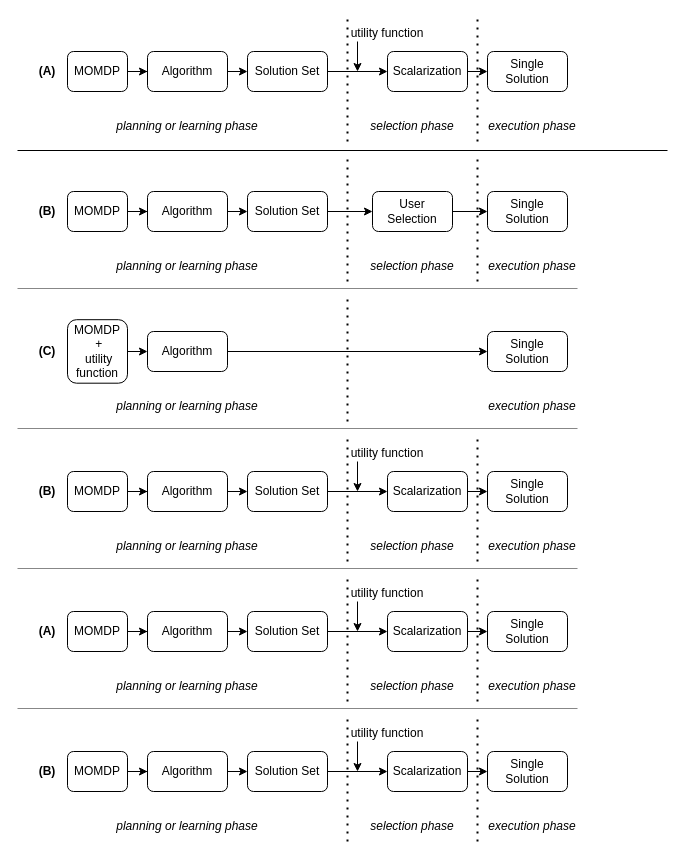
Earlier version of the draw.io diagram Untitled Diagram.drawio (AReynolds6/Vending-Machine-for-CSCE-086). Source tidied: cells renumbered, new cells numbered last; positions are measured from the earlier drawing's top-left corner, leaving out a move shared by most shapes. Both pictures are drawn from the tidied source at 100%, with x=0, y=0 at pixel (17, 18).
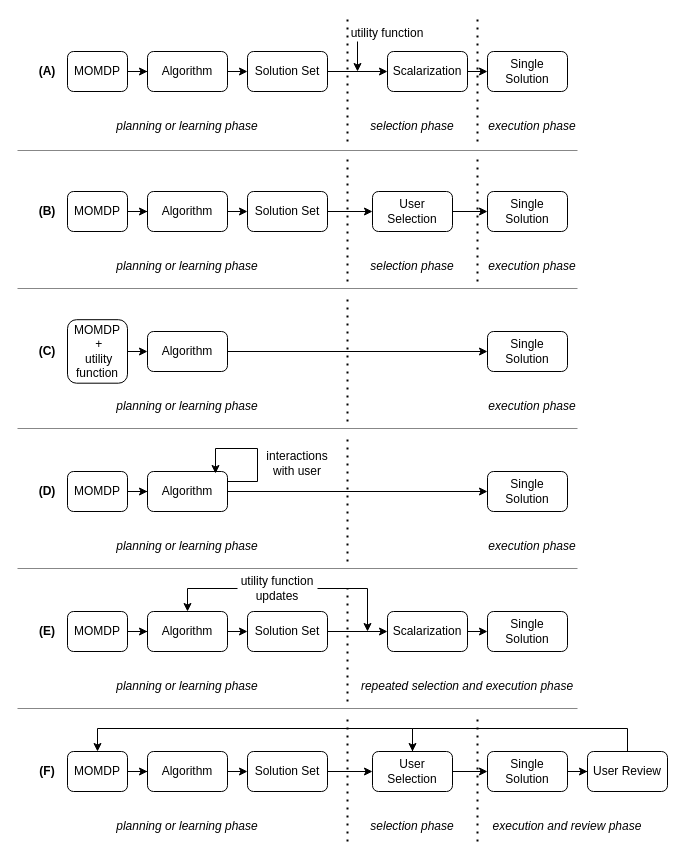
The same diagram, later.

The change refers to these unchanged cells:
```xml
<mxCell id="46" value="Algorithm" style="rounded=1;whiteSpace=wrap;html=1;fontSize=12;glass=0;strokeWidth=1;shadow=0;" parent="1" vertex="1">
  <mxGeometry x="130" y="453" width="80" height="40" as="geometry" />
</mxCell>
<mxCell id="50" value="Single Solution" style="rounded=1;whiteSpace=wrap;html=1;fontSize=12;glass=0;strokeWidth=1;shadow=0;" parent="1" vertex="1">
  <mxGeometry x="470" y="453" width="80" height="40" as="geometry" />
</mxCell>
<mxCell id="63" value="Algorithm" style="rounded=1;whiteSpace=wrap;html=1;fontSize=12;glass=0;strokeWidth=1;shadow=0;" parent="1" vertex="1">
  <mxGeometry x="130" y="593" width="80" height="40" as="geometry" />
</mxCell>
<mxCell id="78" value="MOMDP" style="rounded=1;whiteSpace=wrap;html=1;fontSize=12;glass=0;strokeWidth=1;shadow=0;" parent="1" vertex="1">
  <mxGeometry x="50" y="733" width="60" height="40" as="geometry" />
</mxCell>
<mxCell id="84" value="Single Solution" style="rounded=1;whiteSpace=wrap;html=1;fontSize=12;glass=0;strokeWidth=1;shadow=0;" parent="1" vertex="1">
  <mxGeometry x="470" y="733" width="80" height="40" as="geometry" />
</mxCell>
```

What changed in the source:
```diff
@@
-    <mxCell id="45" style="rounded=0;html=1;jettySize=auto;fontSize=11;endArrow=classic;endFill=1;endSize=6;strokeWidth=1;shadow=0;labelBackgroundColor=none;edgeStyle=orthogonalEdgeStyle;exitX=1;exitY=0.5;exitDx=0;exitDy=0;entryX=0;entryY=0.5;entryDx=0;entryDy=0;" parent="1" edge="1" source="46" target="52">
-      <mxGeometry y="20" relative="1" as="geometry" />
-    </mxCell>
@@
-    <mxCell id="47" style="endArrow=none;dashed=1;html=1;dashPattern=1 3;strokeWidth=2;rounded=0;entryX=0;entryY=0;entryDx=0;entryDy=0;" parent="1" edge="1" target="54">
+    <mxCell id="47" style="endArrow=none;dashed=1;html=1;dashPattern=1 3;strokeWidth=2;rounded=0;entryX=0;entryY=0;entryDx=0;entryDy=0;" parent="1" edge="1">
       <mxGeometry relative="1" as="geometry">
         <mxPoint x="330" y="543" as="sourcePoint" />
+        <mxPoint x="330" y="420" as="targetPoint" />
       </mxGeometry>
     </mxCell>
-    <mxCell id="48" value="Scalarization" style="rounded=1;whiteSpace=wrap;html=1;fontSize=12;glass=0;strokeWidth=1;shadow=0;" parent="1" vertex="1">
-      <mxGeometry x="370" y="453" width="80" height="40" as="geometry" />
-    </mxCell>
-    <mxCell id="49" style="edgeStyle=orthogonalEdgeStyle;rounded=0;jettySize=auto;html=1;exitX=1;exitY=0.5;exitDx=0;exitDy=0;entryX=0;entryY=0.5;entryDx=0;entryDy=0;" parent="1" edge="1" source="48" target="50">
+    <mxCell id="49" style="edgeStyle=orthogonalEdgeStyle;rounded=0;jettySize=auto;html=1;entryX=0;entryY=0.5;entryDx=0;entryDy=0;exitX=1;exitY=0.5;exitDx=0;exitDy=0;" parent="1" edge="1" source="46" target="50">
       <mxGeometry relative="1" as="geometry" />
     </mxCell>
@@
-    <mxCell id="51" style="edgeStyle=orthogonalEdgeStyle;rounded=0;jettySize=auto;html=1;" parent="1" edge="1" source="52" target="48">
-      <mxGeometry relative="1" as="geometry" />
-    </mxCell>
-    <mxCell id="52" value="Solution Set" style="rounded=1;whiteSpace=wrap;html=1;fontSize=12;glass=0;strokeWidth=1;shadow=0;" parent="1" vertex="1">
-      <mxGeometry x="230" y="453" width="80" height="40" as="geometry" />
-    </mxCell>
-    <mxCell id="53" style="endArrow=classic;html=1;rounded=0;" parent="1" edge="1">
-      <mxGeometry relative="1" as="geometry">
-        <mxPoint x="340" y="443" as="sourcePoint" />
-        <mxPoint x="340" y="473" as="targetPoint" />
-      </mxGeometry>
-    </mxCell>
-    <mxCell id="54" value="utility function" style="text;html=1;align=center;verticalAlign=middle;whiteSpace=wrap;rounded=0;" parent="1" vertex="1">
-      <mxGeometry x="330" y="420" width="80" height="30" as="geometry" />
-    </mxCell>
-    <mxCell id="55" value="&lt;b&gt;(B)&lt;/b&gt;" style="text;html=1;align=center;verticalAlign=middle;whiteSpace=wrap;rounded=0;" parent="1" vertex="1">
+    <mxCell id="55" value="&lt;b&gt;(D)&lt;/b&gt;" style="text;html=1;align=center;verticalAlign=middle;whiteSpace=wrap;rounded=0;" parent="1" vertex="1">
       <mxGeometry y="458" width="60" height="30" as="geometry" />
     </mxCell>
@@
-    <mxCell id="57" value="&lt;i&gt;selection phase&lt;/i&gt;" style="text;html=1;align=center;verticalAlign=middle;whiteSpace=wrap;rounded=0;" parent="1" vertex="1">
-      <mxGeometry x="350" y="513" width="90" height="30" as="geometry" />
-    </mxCell>
-    <mxCell id="58" style="endArrow=none;dashed=1;html=1;dashPattern=1 3;strokeWidth=2;rounded=0;entryX=0;entryY=0;entryDx=0;entryDy=0;" parent="1" edge="1">
-      <mxGeometry relative="1" as="geometry">
-        <mxPoint x="460" y="543" as="sourcePoint" />
-        <mxPoint x="460" y="420" as="targetPoint" />
-      </mxGeometry>
-    </mxCell>
@@
-    <mxCell id="64" style="endArrow=none;dashed=1;html=1;dashPattern=1 3;strokeWidth=2;rounded=0;entryX=0;entryY=0;entryDx=0;entryDy=0;" parent="1" edge="1" target="71">
+    <mxCell id="64" style="endArrow=none;dashed=1;html=1;dashPattern=1 3;strokeWidth=2;rounded=0;" parent="1" edge="1">
       <mxGeometry relative="1" as="geometry">
         <mxPoint x="330" y="683" as="sourcePoint" />
+        <mxPoint x="330" y="570" as="targetPoint" />
       </mxGeometry>
     </mxCell>
@@
-    <mxCell id="70" style="endArrow=classic;html=1;rounded=0;" parent="1" edge="1">
-      <mxGeometry relative="1" as="geometry">
-        <mxPoint x="340" y="583" as="sourcePoint" />
-        <mxPoint x="340" y="613" as="targetPoint" />
-      </mxGeometry>
-    </mxCell>
-    <mxCell id="71" value="utility function" style="text;html=1;align=center;verticalAlign=middle;whiteSpace=wrap;rounded=0;" parent="1" vertex="1">
-      <mxGeometry x="330" y="560" width="80" height="30" as="geometry" />
+    <mxCell id="71" value="utility function updates" style="text;html=1;align=center;verticalAlign=middle;whiteSpace=wrap;rounded=0;" parent="1" vertex="1">
+      <mxGeometry x="220" y="554.5" width="80" height="30" as="geometry" />
     </mxCell>
-    <mxCell id="72" value="&lt;b&gt;(A)&lt;/b&gt;" style="text;html=1;align=center;verticalAlign=middle;whiteSpace=wrap;rounded=0;" parent="1" vertex="1">
+    <mxCell id="72" value="&lt;b&gt;(E)&lt;/b&gt;" style="text;html=1;align=center;verticalAlign=middle;whiteSpace=wrap;rounded=0;" parent="1" vertex="1">
       <mxGeometry y="598" width="60" height="30" as="geometry" />
     </mxCell>
@@
-    <mxCell id="74" value="&lt;i&gt;selection phase&lt;/i&gt;" style="text;html=1;align=center;verticalAlign=middle;whiteSpace=wrap;rounded=0;" parent="1" vertex="1">
-      <mxGeometry x="350" y="653" width="90" height="30" as="geometry" />
+    <mxCell id="74" value="&lt;i&gt;repeated selection and execution phase&lt;/i&gt;" style="text;html=1;align=center;verticalAlign=middle;whiteSpace=wrap;rounded=0;" parent="1" vertex="1">
+      <mxGeometry x="330" y="653" width="240" height="30" as="geometry" />
     </mxCell>
-    <mxCell id="75" style="endArrow=none;dashed=1;html=1;dashPattern=1 3;strokeWidth=2;rounded=0;entryX=0;entryY=0;entryDx=0;entryDy=0;" parent="1" edge="1">
-      <mxGeometry relative="1" as="geometry">
-        <mxPoint x="460" y="683" as="sourcePoint" />
-        <mxPoint x="460" y="560" as="targetPoint" />
-      </mxGeometry>
-    </mxCell>
-    <mxCell id="76" value="&lt;i&gt;execution phase&lt;/i&gt;" style="text;html=1;align=center;verticalAlign=middle;whiteSpace=wrap;rounded=0;" parent="1" vertex="1">
-      <mxGeometry x="470" y="653" width="90" height="30" as="geometry" />
-    </mxCell>
@@
-    <mxCell id="81" style="endArrow=none;dashed=1;html=1;dashPattern=1 3;strokeWidth=2;rounded=0;entryX=0;entryY=0;entryDx=0;entryDy=0;" parent="1" edge="1" target="88">
+    <mxCell id="81" style="endArrow=none;dashed=1;html=1;dashPattern=1 3;strokeWidth=2;rounded=0;entryX=0;entryY=0;entryDx=0;entryDy=0;" parent="1" edge="1">
       <mxGeometry relative="1" as="geometry">
         <mxPoint x="330" y="823" as="sourcePoint" />
+        <mxPoint x="330" y="700" as="targetPoint" />
       </mxGeometry>
     </mxCell>
-    <mxCell id="82" value="Scalarization" style="rounded=1;whiteSpace=wrap;html=1;fontSize=12;glass=0;strokeWidth=1;shadow=0;" parent="1" vertex="1">
-      <mxGeometry x="370" y="733" width="80" height="40" as="geometry" />
+    <mxCell id="82" value="User Selection" style="rounded=1;whiteSpace=wrap;html=1;fontSize=12;glass=0;strokeWidth=1;shadow=0;" parent="1" vertex="1">
+      <mxGeometry x="355" y="733" width="80" height="40" as="geometry" />
     </mxCell>
@@
-    <mxCell id="87" style="endArrow=classic;html=1;rounded=0;" parent="1" edge="1">
-      <mxGeometry relative="1" as="geometry">
-        <mxPoint x="340" y="723" as="sourcePoint" />
-        <mxPoint x="340" y="753" as="targetPoint" />
-      </mxGeometry>
-    </mxCell>
-    <mxCell id="88" value="utility function" style="text;html=1;align=center;verticalAlign=middle;whiteSpace=wrap;rounded=0;" parent="1" vertex="1">
-      <mxGeometry x="330" y="700" width="80" height="30" as="geometry" />
-    </mxCell>
-    <mxCell id="89" value="&lt;b&gt;(B)&lt;/b&gt;" style="text;html=1;align=center;verticalAlign=middle;whiteSpace=wrap;rounded=0;" parent="1" vertex="1">
+    <mxCell id="89" value="&lt;b&gt;(F)&lt;/b&gt;" style="text;html=1;align=center;verticalAlign=middle;whiteSpace=wrap;rounded=0;" parent="1" vertex="1">
       <mxGeometry y="738" width="60" height="30" as="geometry" />
     </mxCell>
@@
-    <mxCell id="93" value="&lt;i&gt;execution phase&lt;/i&gt;" style="text;html=1;align=center;verticalAlign=middle;whiteSpace=wrap;rounded=0;" parent="1" vertex="1">
-      <mxGeometry x="470" y="793" width="90" height="30" as="geometry" />
+    <mxCell id="93" value="&lt;i&gt;execution and review phase&lt;/i&gt;" style="text;html=1;align=center;verticalAlign=middle;whiteSpace=wrap;rounded=0;" parent="1" vertex="1">
+      <mxGeometry x="470" y="793" width="160" height="30" as="geometry" />
     </mxCell>
-    <mxCell id="94" style="endArrow=none;html=1;rounded=0;" parent="1" edge="1">
+    <mxCell id="94" style="endArrow=none;html=1;rounded=0;strokeColor=#878787;" parent="1" edge="1">
       <mxGeometry relative="1" as="geometry">
         <mxPoint y="132" as="sourcePoint" />
-        <mxPoint x="650" y="132" as="targetPoint" />
+        <mxPoint x="560" y="132" as="targetPoint" />
       </mxGeometry>
     </mxCell>
@@
+    <mxCell id="99" style="endArrow=classic;html=1;rounded=0;exitX=1;exitY=0.25;exitDx=0;exitDy=0;entryX=0.85;entryY=0.05;entryDx=0;entryDy=0;entryPerimeter=0;" parent="1" edge="1" source="46" target="46">
+      <mxGeometry relative="1" as="geometry">
+        <Array as="points">
+          <mxPoint x="240" y="463" />
+          <mxPoint x="240" y="430" />
+          <mxPoint x="198" y="430" />
+        </Array>
+      </mxGeometry>
+    </mxCell>
+    <mxCell id="100" value="interactions with user" style="text;html=1;align=center;verticalAlign=middle;whiteSpace=wrap;rounded=0;" parent="1" vertex="1">
+      <mxGeometry x="240" y="430" width="80" height="30" as="geometry" />
+    </mxCell>
+    <mxCell id="101" style="endArrow=classic;html=1;rounded=0;entryX=0.5;entryY=0;entryDx=0;entryDy=0;" parent="1" edge="1" target="63">
+      <mxGeometry relative="1" as="geometry">
+        <mxPoint x="220" y="570" as="sourcePoint" />
+        <Array as="points">
+          <mxPoint x="170" y="570" />
+        </Array>
+      </mxGeometry>
+    </mxCell>
+    <mxCell id="102" style="endArrow=classic;html=1;rounded=0;" parent="1" edge="1">
+      <mxGeometry relative="1" as="geometry">
+        <mxPoint x="300" y="570" as="sourcePoint" />
+        <mxPoint x="350" y="613" as="targetPoint" />
+        <Array as="points">
+          <mxPoint x="350" y="570" />
+        </Array>
+      </mxGeometry>
+    </mxCell>
+    <mxCell id="103" style="edgeStyle=orthogonalEdgeStyle;rounded=0;jettySize=auto;html=1;" parent="1" edge="1" source="84" target="104">
+      <mxGeometry relative="1" as="geometry" />
+    </mxCell>
+    <mxCell id="104" value="User Review" style="rounded=1;whiteSpace=wrap;html=1;fontSize=12;glass=0;strokeWidth=1;shadow=0;" parent="1" vertex="1">
+      <mxGeometry x="570" y="733" width="80" height="40" as="geometry" />
+    </mxCell>
+    <mxCell id="105" style="endArrow=classic;html=1;rounded=0;exitX=0.5;exitY=0;exitDx=0;exitDy=0;entryX=0.5;entryY=0;entryDx=0;entryDy=0;" parent="1" edge="1" source="104" target="82">
+      <mxGeometry relative="1" as="geometry">
+        <Array as="points">
+          <mxPoint x="610" y="710" />
+          <mxPoint x="395" y="710" />
+        </Array>
+      </mxGeometry>
+    </mxCell>
+    <mxCell id="106" style="endArrow=classic;html=1;rounded=0;exitX=0.5;exitY=0;exitDx=0;exitDy=0;entryX=0.5;entryY=0;entryDx=0;entryDy=0;" parent="1" edge="1" target="78">
+      <mxGeometry relative="1" as="geometry">
+        <mxPoint x="395" y="733" as="sourcePoint" />
+        <Array as="points">
+          <mxPoint x="395" y="710" />
+          <mxPoint x="80" y="710" />
+        </Array>
+      </mxGeometry>
+    </mxCell>
```
